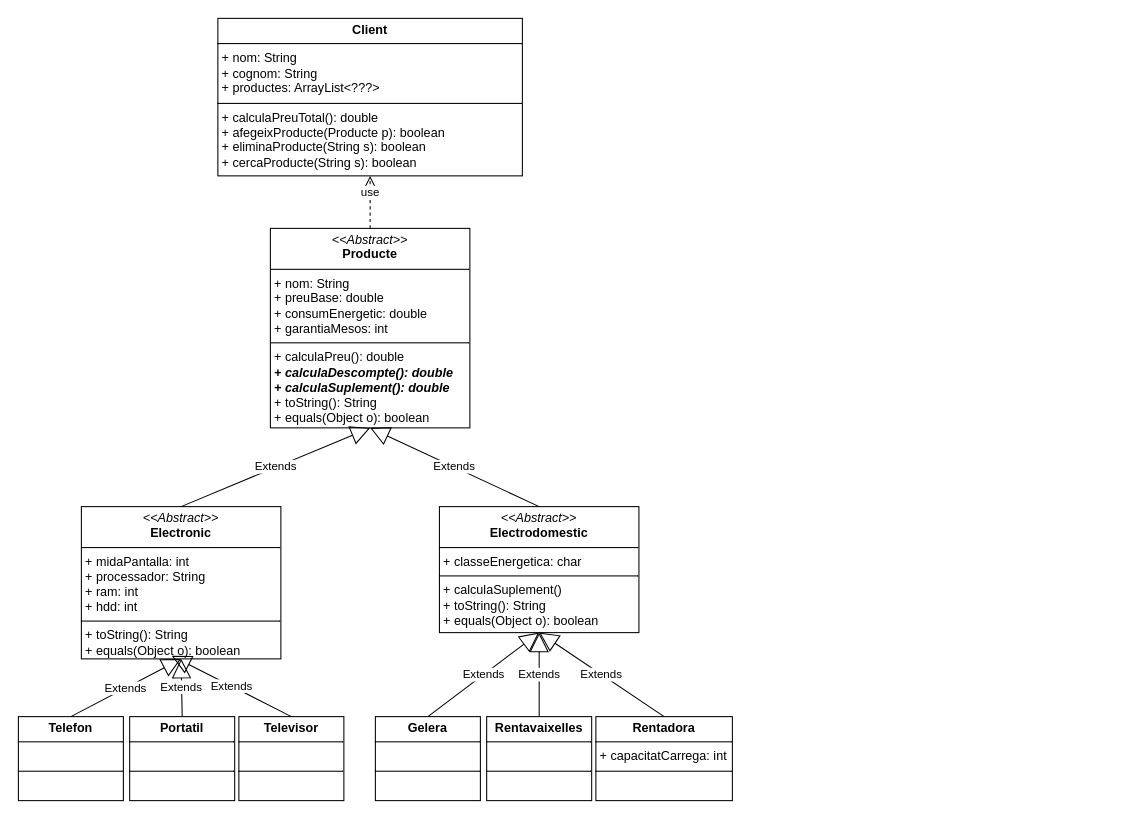
The draw.io diagram Diagrama sin título.drawio in bvivess/PRG, before the edit. Source tidied: cells renumbered, new cells numbered last; positions are measured from the earlier drawing's top-left corner, leaving out a move shared by most shapes. Both pictures are drawn from the tidied source at 105%, with x=0, y=0 at pixel (18, 18).
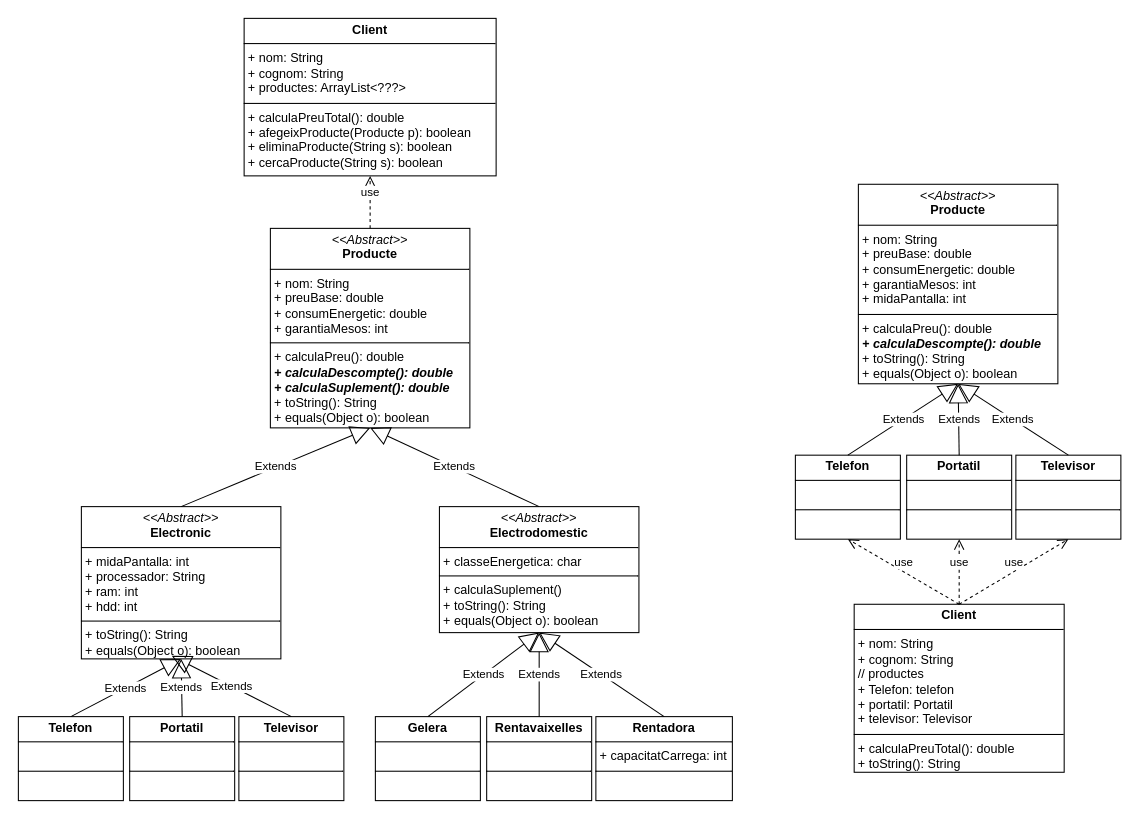
The same page after the edit.

Diff of the diagram source:
```diff
@@
     <mxCell id="2" value="&lt;p style=&quot;margin:0px;margin-top:4px;text-align:center;&quot;&gt;&lt;b&gt;Client&lt;/b&gt;&lt;/p&gt;&lt;hr size=&quot;1&quot; style=&quot;border-style:solid;&quot;&gt;&lt;p style=&quot;margin:0px;margin-left:4px;&quot;&gt;+ nom: String&lt;/p&gt;&lt;p style=&quot;margin:0px;margin-left:4px;&quot;&gt;+ cognom: String&lt;/p&gt;&lt;p style=&quot;margin:0px;margin-left:4px;&quot;&gt;+ productes: ArrayList&amp;lt;???&amp;gt;&lt;br&gt;&lt;/p&gt;&lt;hr size=&quot;1&quot; style=&quot;border-style:solid;&quot;&gt;&lt;p style=&quot;margin:0px;margin-left:4px;&quot;&gt;&lt;span style=&quot;background-color: transparent; color: light-dark(rgb(0, 0, 0), rgb(255, 255, 255));&quot;&gt;+ calculaPreuTotal(): double&lt;/span&gt;&lt;br&gt;&lt;/p&gt;&lt;p style=&quot;margin:0px;margin-left:4px;&quot;&gt;&lt;span style=&quot;background-color: transparent; color: light-dark(rgb(0, 0, 0), rgb(255, 255, 255));&quot;&gt;+ afegeixProducte(Producte p): boolean&lt;/span&gt;&lt;/p&gt;&lt;p style=&quot;margin:0px;margin-left:4px;&quot;&gt;+ eliminaProducte(String s): boolean&lt;/p&gt;&lt;p style=&quot;margin:0px;margin-left:4px;&quot;&gt;+ cercaProducte(String s): boolean&lt;/p&gt;" style="verticalAlign=top;align=left;overflow=fill;html=1;whiteSpace=wrap;" parent="1" vertex="1">
-      <mxGeometry x="190" width="290" height="150" as="geometry" />
+      <mxGeometry x="215" width="240" height="150" as="geometry" />
     </mxCell>
@@
+    <mxCell id="21" value="&lt;p style=&quot;margin:0px;margin-top:4px;text-align:center;&quot;&gt;&lt;i&gt;&amp;lt;&amp;lt;Abstract&amp;gt;&amp;gt;&lt;/i&gt;&lt;br&gt;&lt;b&gt;Producte&lt;/b&gt;&lt;/p&gt;&lt;hr size=&quot;1&quot; style=&quot;border-style:solid;&quot;&gt;&lt;p style=&quot;margin:0px;margin-left:4px;&quot;&gt;+ nom: String&lt;br&gt;+ preuBase: double&lt;/p&gt;&lt;p style=&quot;margin:0px;margin-left:4px;&quot;&gt;+ consumEnergetic: double&lt;/p&gt;&lt;p style=&quot;margin:0px;margin-left:4px;&quot;&gt;+ garantiaMesos: int&lt;/p&gt;&lt;p style=&quot;margin:0px;margin-left:4px;&quot;&gt;+ midaPantalla: int&lt;/p&gt;&lt;hr size=&quot;1&quot; style=&quot;border-style:solid;&quot;&gt;&lt;p style=&quot;margin:0px;margin-left:4px;&quot;&gt;+ calculaPreu(): double&lt;br&gt;&lt;/p&gt;&lt;p style=&quot;margin: 0px 0px 0px 4px;&quot;&gt;&lt;b&gt;&lt;i&gt;+ calculaDescompte(): double&lt;/i&gt;&lt;/b&gt;&lt;br&gt;&lt;/p&gt;&lt;div&gt;&lt;p style=&quot;margin: 0px 0px 0px 4px;&quot;&gt;&lt;span style=&quot;background-color: transparent; color: light-dark(rgb(0, 0, 0), rgb(255, 255, 255));&quot;&gt;+ toString(): String&lt;/span&gt;&lt;br&gt;&lt;/p&gt;&lt;/div&gt;&lt;p style=&quot;margin:0px;margin-left:4px;&quot;&gt;+ equals(Object o): boolean&lt;/p&gt;" style="verticalAlign=top;align=left;overflow=fill;html=1;whiteSpace=wrap;" parent="1" vertex="1">
+      <mxGeometry x="800" y="158" width="190" height="190" as="geometry" />
+    </mxCell>
+    <mxCell id="22" value="&lt;p style=&quot;margin:0px;margin-top:4px;text-align:center;&quot;&gt;&lt;b&gt;Telefon&lt;/b&gt;&lt;/p&gt;&lt;hr size=&quot;1&quot; style=&quot;border-style:solid;&quot;&gt;&lt;p style=&quot;margin:0px;margin-left:4px;&quot;&gt;&lt;br&gt;&lt;/p&gt;&lt;hr size=&quot;1&quot; style=&quot;border-style:solid;&quot;&gt;&lt;p style=&quot;margin:0px;margin-left:4px;&quot;&gt;&lt;br&gt;&lt;/p&gt;" style="verticalAlign=top;align=left;overflow=fill;html=1;whiteSpace=wrap;" parent="1" vertex="1">
+      <mxGeometry x="740" y="416" width="100" height="80" as="geometry" />
+    </mxCell>
+    <mxCell id="23" value="&lt;p style=&quot;margin:0px;margin-top:4px;text-align:center;&quot;&gt;&lt;b&gt;Portatil&lt;/b&gt;&lt;/p&gt;&lt;hr size=&quot;1&quot; style=&quot;border-style:solid;&quot;&gt;&lt;p style=&quot;margin:0px;margin-left:4px;&quot;&gt;&lt;br&gt;&lt;/p&gt;&lt;hr size=&quot;1&quot; style=&quot;border-style:solid;&quot;&gt;&lt;p style=&quot;margin:0px;margin-left:4px;&quot;&gt;&lt;br&gt;&lt;/p&gt;" style="verticalAlign=top;align=left;overflow=fill;html=1;whiteSpace=wrap;" parent="1" vertex="1">
+      <mxGeometry x="846" y="416" width="100" height="80" as="geometry" />
+    </mxCell>
+    <mxCell id="24" value="&lt;p style=&quot;margin:0px;margin-top:4px;text-align:center;&quot;&gt;&lt;b&gt;Televisor&lt;/b&gt;&lt;/p&gt;&lt;hr size=&quot;1&quot; style=&quot;border-style:solid;&quot;&gt;&lt;p style=&quot;margin:0px;margin-left:4px;&quot;&gt;&lt;br&gt;&lt;/p&gt;&lt;hr size=&quot;1&quot; style=&quot;border-style:solid;&quot;&gt;&lt;p style=&quot;margin:0px;margin-left:4px;&quot;&gt;&lt;br&gt;&lt;/p&gt;" style="verticalAlign=top;align=left;overflow=fill;html=1;whiteSpace=wrap;" parent="1" vertex="1">
+      <mxGeometry x="950" y="416" width="100" height="80" as="geometry" />
+    </mxCell>
+    <mxCell id="25" value="Extends" style="endArrow=block;endSize=16;endFill=0;html=1;rounded=0;exitX=0.5;exitY=0;exitDx=0;exitDy=0;entryX=0.5;entryY=1;entryDx=0;entryDy=0;" parent="1" edge="1" source="22" target="21">
+      <mxGeometry relative="1" as="geometry" />
+    </mxCell>
+    <mxCell id="26" value="Extends" style="endArrow=block;endSize=16;endFill=0;html=1;rounded=0;exitX=0.5;exitY=0;exitDx=0;exitDy=0;entryX=0.5;entryY=1;entryDx=0;entryDy=0;" parent="1" edge="1" source="23" target="21">
+      <mxGeometry relative="1" as="geometry" />
+    </mxCell>
+    <mxCell id="27" value="Extends" style="endArrow=block;endSize=16;endFill=0;html=1;rounded=0;exitX=0.5;exitY=0;exitDx=0;exitDy=0;entryX=0.5;entryY=1;entryDx=0;entryDy=0;" parent="1" edge="1" source="24" target="21">
+      <mxGeometry relative="1" as="geometry" />
+    </mxCell>
+    <mxCell id="28" value="&lt;p style=&quot;margin:0px;margin-top:4px;text-align:center;&quot;&gt;&lt;b&gt;Client&lt;/b&gt;&lt;/p&gt;&lt;hr size=&quot;1&quot; style=&quot;border-style:solid;&quot;&gt;&lt;p style=&quot;margin:0px;margin-left:4px;&quot;&gt;+ nom: String&lt;/p&gt;&lt;p style=&quot;margin:0px;margin-left:4px;&quot;&gt;+ cognom: String&lt;/p&gt;&lt;p style=&quot;margin:0px;margin-left:4px;&quot;&gt;// productes&lt;br&gt;&lt;/p&gt;&lt;p style=&quot;margin:0px;margin-left:4px;&quot;&gt;+ Telefon: telefon&lt;/p&gt;&lt;p style=&quot;margin:0px;margin-left:4px;&quot;&gt;+ portatil: Portatil&lt;/p&gt;&lt;p style=&quot;margin:0px;margin-left:4px;&quot;&gt;+ televisor: Televisor&lt;/p&gt;&lt;hr size=&quot;1&quot; style=&quot;border-style:solid;&quot;&gt;&lt;p style=&quot;margin:0px;margin-left:4px;&quot;&gt;&lt;span style=&quot;background-color: transparent; color: light-dark(rgb(0, 0, 0), rgb(255, 255, 255));&quot;&gt;+ calculaPreuTotal(): double&lt;/span&gt;&lt;/p&gt;&lt;p style=&quot;margin:0px;margin-left:4px;&quot;&gt;&lt;span style=&quot;background-color: transparent; color: light-dark(rgb(0, 0, 0), rgb(255, 255, 255));&quot;&gt;+ toString(): String&lt;/span&gt;&lt;/p&gt;" style="verticalAlign=top;align=left;overflow=fill;html=1;whiteSpace=wrap;" parent="1" vertex="1">
+      <mxGeometry x="796" y="558" width="200" height="160" as="geometry" />
+    </mxCell>
+    <mxCell id="29" value="use" style="html=1;verticalAlign=bottom;endArrow=open;dashed=1;endSize=8;curved=0;rounded=0;entryX=0.5;entryY=1;entryDx=0;entryDy=0;exitX=0.5;exitY=0;exitDx=0;exitDy=0;" parent="1" edge="1" source="28" target="22">
+      <mxGeometry relative="1" as="geometry" />
+    </mxCell>
+    <mxCell id="30" value="use" style="html=1;verticalAlign=bottom;endArrow=open;dashed=1;endSize=8;curved=0;rounded=0;entryX=0.5;entryY=1;entryDx=0;entryDy=0;exitX=0.5;exitY=0;exitDx=0;exitDy=0;" parent="1" edge="1" source="28" target="23">
+      <mxGeometry relative="1" as="geometry" />
+    </mxCell>
+    <mxCell id="31" value="use" style="html=1;verticalAlign=bottom;endArrow=open;dashed=1;endSize=8;curved=0;rounded=0;entryX=0.5;entryY=1;entryDx=0;entryDy=0;exitX=0.5;exitY=0;exitDx=0;exitDy=0;" parent="1" edge="1" source="28" target="24">
+      <mxGeometry relative="1" as="geometry" />
+    </mxCell>
```
